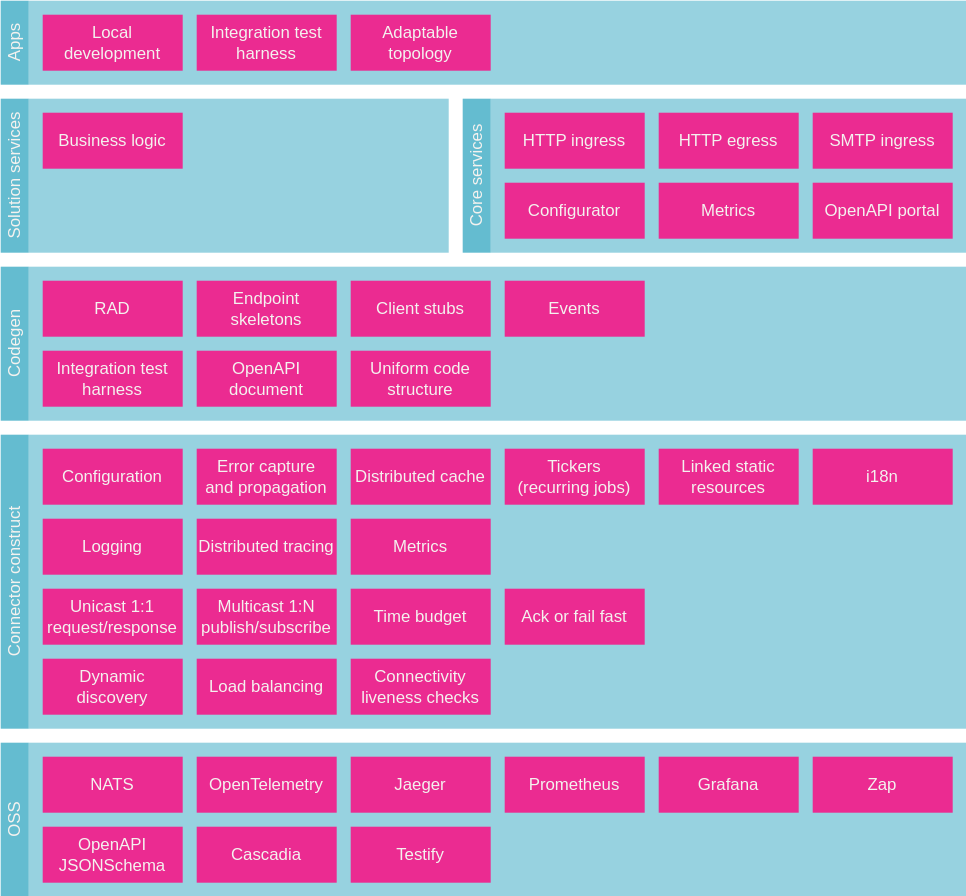
Above: docs/blocks/layers-1.drawio.svg in microbus-io/fabric (draw.io), before the change. Source tidied: cells renumbered, new cells last; positions are measured from the earlier drawing's top-left corner, leaving out a move shared by most shapes.
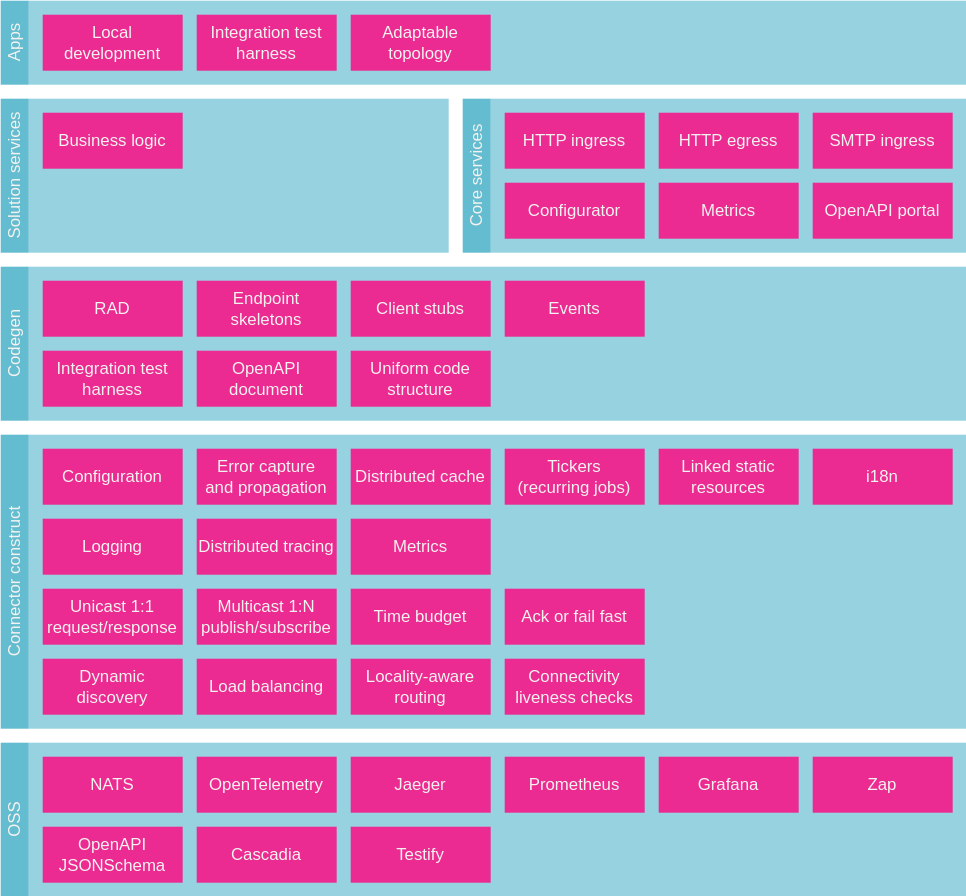
The same diagram one commit later.

Diff of the diagram source:
```diff
@@ -90,7 +90,7 @@
       <mxGeometry x="470" y="540" width="100" height="40" as="geometry" />
     </mxCell>
     <mxCell id="31" value="Connectivity liveness checks" style="rounded=0;whiteSpace=wrap;html=1;fillColor=#eb2b91;strokeColor=none;fontColor=#F4F2EF;align=center;verticalAlign=middle;fontFamily=Helvetica;fontSize=12;" parent="1" vertex="1">
-      <mxGeometry x="250" y="470" width="100" height="40" as="geometry" />
+      <mxGeometry x="360" y="470" width="100" height="40" as="geometry" />
     </mxCell>
     <mxCell id="32" value="Dynamic discovery" style="rounded=0;whiteSpace=wrap;html=1;fillColor=#eb2b91;strokeColor=none;fontColor=#F4F2EF;align=center;verticalAlign=middle;fontFamily=Helvetica;fontSize=12;" parent="1" vertex="1">
       <mxGeometry x="30" y="470" width="100" height="40" as="geometry" />
@@ -164,5 +164,8 @@
     <mxCell id="55" value="Integration test harness" style="rounded=0;whiteSpace=wrap;html=1;fillColor=#eb2b91;strokeColor=none;fontColor=#F4F2EF;align=center;verticalAlign=middle;fontFamily=Helvetica;fontSize=12;" parent="1" vertex="1">
       <mxGeometry x="140" y="10" width="100" height="40" as="geometry" />
     </mxCell>
+    <mxCell id="56" value="Locality-aware routing" style="rounded=0;whiteSpace=wrap;html=1;fillColor=#eb2b91;strokeColor=none;fontColor=#F4F2EF;align=center;verticalAlign=middle;fontFamily=Helvetica;fontSize=12;" parent="1" vertex="1">
+      <mxGeometry x="250" y="470" width="100" height="40" as="geometry" />
+    </mxCell>
   </root>
 </mxGraphModel>
```
